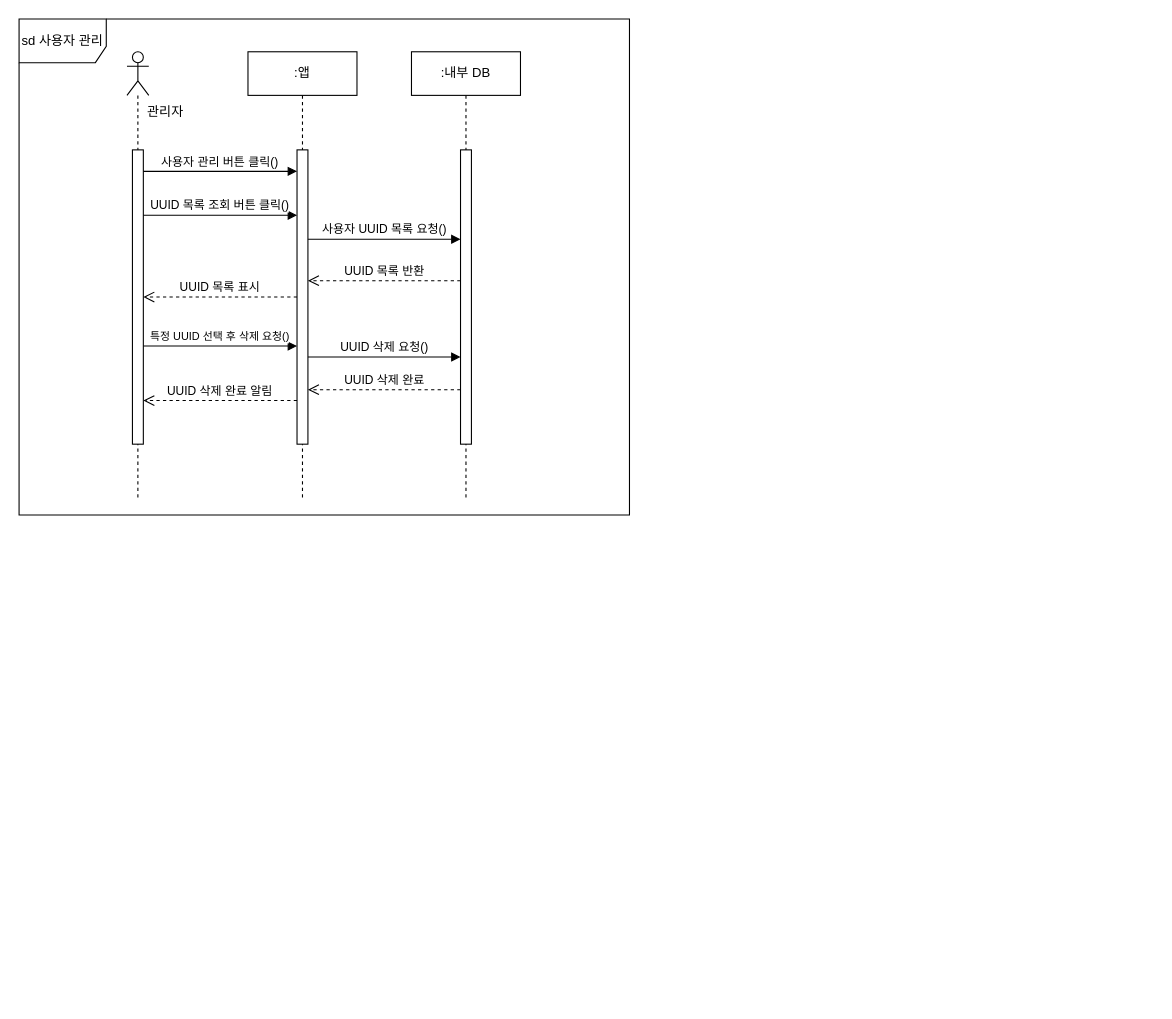
wnthsk/sejujun keeps this draw.io diagram as page "sd 사용자 관리" (3 of 8) of sd.drawio. Above is the earlier version. Source tidied: cells renumbered, new cells numbered last; positions are measured from the earlier drawing's top-left corner, leaving out a move shared by most shapes. Both pictures are drawn from the tidied source at 109%, with x=0, y=0 at pixel (19, 19).
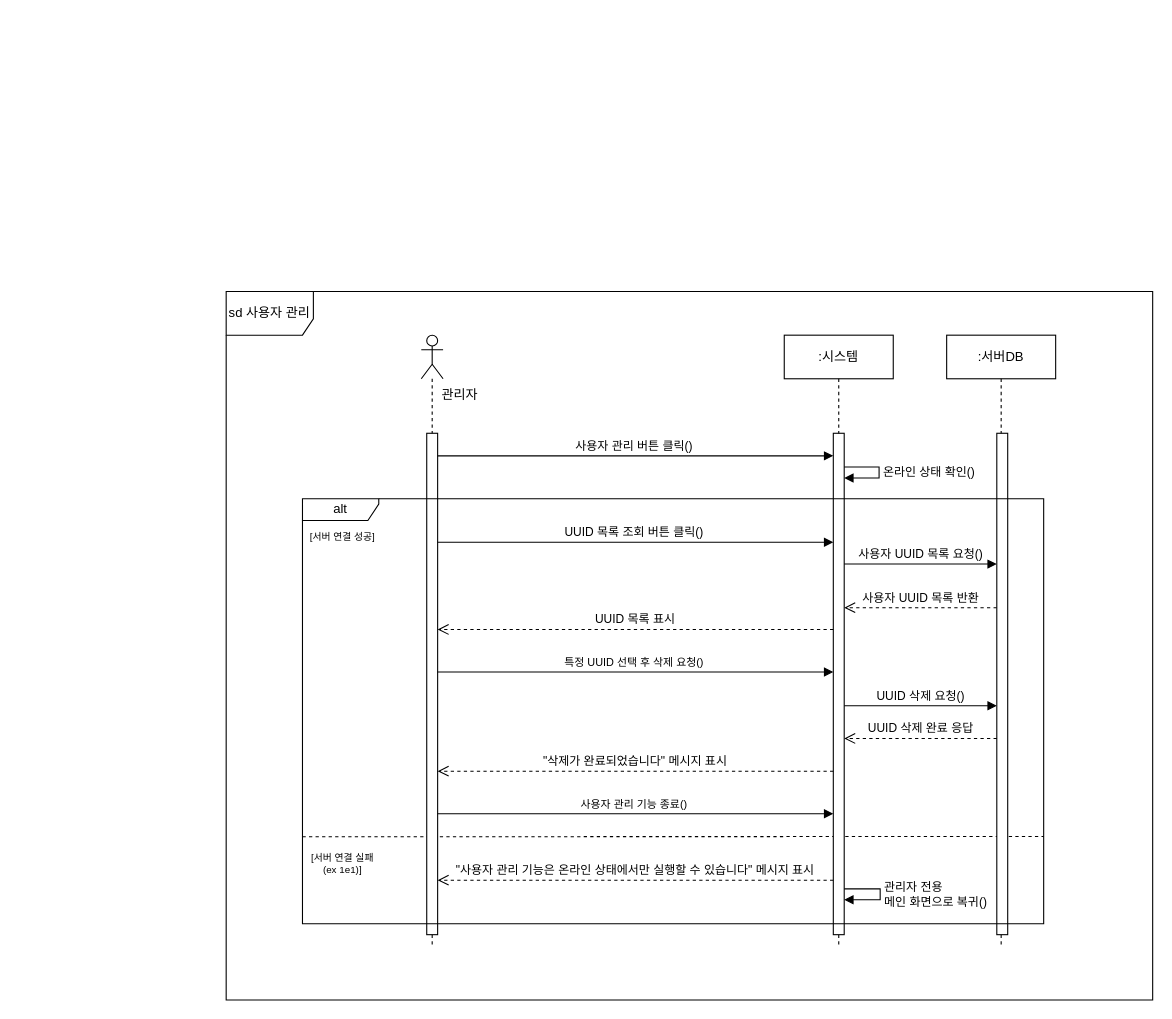
The same page after the edit.

The edit, as a diff of the source:
```diff
@@
+    <mxCell id="19" style="endArrow=none;dashed=1;html=1;rounded=0;exitX=0;exitY=0.575;exitDx=0;exitDy=0;exitPerimeter=0;entryX=1;entryY=0.574;entryDx=0;entryDy=0;entryPerimeter=0;" parent="1" edge="1">
+      <mxGeometry relative="1" as="geometry">
+        <mxPoint x="260" y="750.2" as="sourcePoint" />
+        <mxPoint x="940" y="749.9" as="targetPoint" />
+      </mxGeometry>
+    </mxCell>
     <mxCell id="2" style="shape=umlLifeline;perimeter=lifelinePerimeter;whiteSpace=wrap;html=1;newEdgeStyle={&quot;curved&quot;:0,&quot;rounded&quot;:0};participant=umlActor;size=40;" parent="1" vertex="1">
-      <mxGeometry x="99" y="30" width="20" height="410" as="geometry" />
+      <mxGeometry x="369" y="290" width="20" height="560" as="geometry" />
     </mxCell>
     <mxCell id="3" style="html=1;points=[[0,0,0,0,5],[0,1,0,0,-5],[1,0,0,0,5],[1,1,0,0,-5]];perimeter=orthogonalPerimeter;outlineConnect=0;targetShapes=umlLifeline;portConstraint=eastwest;newEdgeStyle={&quot;curved&quot;:0,&quot;rounded&quot;:0};" parent="2" vertex="1">
-      <mxGeometry x="5" y="90" width="10" height="270" as="geometry" />
+      <mxGeometry x="5" y="90" width="10" height="460" as="geometry" />
     </mxCell>
     <mxCell id="4" value="&lt;span style=&quot;font-weight: 400;&quot;&gt;관리자&lt;/span&gt;" style="text;align=center;fontStyle=1;verticalAlign=middle;spacingLeft=3;spacingRight=3;strokeColor=none;html=1;fontSize=12;" parent="1" vertex="1">
-      <mxGeometry x="99" y="70" width="70" height="30" as="geometry" />
+      <mxGeometry x="369" y="330" width="70" height="30" as="geometry" />
     </mxCell>
     <mxCell id="5" value="sd 사용자 관리" style="shape=umlFrame;whiteSpace=wrap;html=1;width=80;height=40;" parent="1" vertex="1">
-      <mxGeometry width="560" height="455" as="geometry" />
+      <mxGeometry x="190" y="250" width="850" height="650" as="geometry" />
     </mxCell>
-    <mxCell id="6" value=":앱" style="shape=umlLifeline;perimeter=lifelinePerimeter;whiteSpace=wrap;html=1;newEdgeStyle={&quot;curved&quot;:0,&quot;rounded&quot;:0};" parent="1" vertex="1">
-      <mxGeometry x="210" y="30" width="100" height="410" as="geometry" />
+    <mxCell id="6" value=":시스템" style="shape=umlLifeline;perimeter=lifelinePerimeter;whiteSpace=wrap;html=1;newEdgeStyle={&quot;curved&quot;:0,&quot;rounded&quot;:0};" parent="1" vertex="1">
+      <mxGeometry x="702" y="290" width="100" height="560" as="geometry" />
     </mxCell>
     <mxCell id="7" style="html=1;points=[[0,0,0,0,5],[0,1,0,0,-5],[1,0,0,0,5],[1,1,0,0,-5]];perimeter=orthogonalPerimeter;outlineConnect=0;targetShapes=umlLifeline;portConstraint=eastwest;newEdgeStyle={&quot;curved&quot;:0,&quot;rounded&quot;:0};" parent="6" vertex="1">
-      <mxGeometry x="45" y="90" width="10" height="270" as="geometry" />
+      <mxGeometry x="45" y="90" width="10" height="460" as="geometry" />
     </mxCell>
+    <mxCell id="20" value="온라인 상태 확인()" style="html=1;align=left;spacingLeft=2;endArrow=block;rounded=0;edgeStyle=orthogonalEdgeStyle;curved=0;rounded=0;" parent="6" edge="1" source="7" target="7">
+      <mxGeometry relative="1" as="geometry">
+        <Array as="points">
+          <mxPoint x="87" y="121" />
+          <mxPoint x="87" y="131" />
+        </Array>
+      </mxGeometry>
+    </mxCell>
+    <mxCell id="21" value="관리자 전용&lt;div&gt;메인 화면으로 복귀()&lt;/div&gt;" style="html=1;align=left;spacingLeft=2;endArrow=block;rounded=0;edgeStyle=orthogonalEdgeStyle;curved=0;rounded=0;" parent="6" edge="1" source="7" target="7">
+      <mxGeometry relative="1" as="geometry">
+        <Array as="points">
+          <mxPoint x="88" y="508" />
+          <mxPoint x="88" y="518" />
+        </Array>
+      </mxGeometry>
+    </mxCell>
-    <mxCell id="8" value="사용자 관리 버튼 클릭()" style="html=1;verticalAlign=bottom;endArrow=block;curved=0;rounded=0;entryX=0;entryY=0;entryDx=0;entryDy=5;" parent="1" edge="1" source="3">
+    <mxCell id="8" value="사용자 관리 버튼 클릭()" style="html=1;verticalAlign=bottom;endArrow=block;curved=0;rounded=0;" parent="1" edge="1" target="7">
       <mxGeometry x="-0.01" relative="1" as="geometry">
-        <mxPoint x="255" y="139.7" as="targetPoint" />
+        <mxPoint x="384" y="400.7" as="sourcePoint" />
       </mxGeometry>
     </mxCell>
-    <mxCell id="9" value="사용자 UUID 목록 요청()" style="html=1;verticalAlign=bottom;endArrow=block;curved=0;rounded=0;align=center;" parent="1" edge="1" target="12">
+    <mxCell id="9" value="사용자 UUID 목록 요청()" style="html=1;verticalAlign=bottom;endArrow=block;curved=0;rounded=0;align=center;" parent="1" edge="1">
       <mxGeometry relative="1" as="geometry">
-        <mxPoint x="265" y="202" as="sourcePoint" />
+        <mxPoint x="757" y="500" as="sourcePoint" />
+        <mxPoint x="897" y="500" as="targetPoint" />
       </mxGeometry>
     </mxCell>
-    <mxCell id="10" value="UUID 목록 반환" style="html=1;verticalAlign=bottom;endArrow=open;dashed=1;endSize=8;curved=0;rounded=0;align=center;" parent="1" edge="1" source="12">
+    <mxCell id="10" value="사용자 UUID 목록 반환" style="html=1;verticalAlign=bottom;endArrow=open;dashed=1;endSize=8;curved=0;rounded=0;align=center;" parent="1" edge="1">
       <mxGeometry relative="1" as="geometry">
-        <mxPoint x="265" y="240" as="targetPoint" />
+        <mxPoint x="897" y="540" as="sourcePoint" />
+        <mxPoint x="757" y="540" as="targetPoint" />
       </mxGeometry>
     </mxCell>
-    <mxCell id="11" value=":내부 DB" style="shape=umlLifeline;perimeter=lifelinePerimeter;whiteSpace=wrap;html=1;newEdgeStyle={&quot;curved&quot;:0,&quot;rounded&quot;:0};" parent="1" vertex="1">
-      <mxGeometry x="360" y="30" width="100" height="410" as="geometry" />
+    <mxCell id="11" value=":서버DB" style="shape=umlLifeline;perimeter=lifelinePerimeter;whiteSpace=wrap;html=1;newEdgeStyle={&quot;curved&quot;:0,&quot;rounded&quot;:0};" parent="1" vertex="1">
+      <mxGeometry x="851" y="290" width="100" height="560" as="geometry" />
     </mxCell>
     <mxCell id="12" style="html=1;points=[[0,0,0,0,5],[0,1,0,0,-5],[1,0,0,0,5],[1,1,0,0,-5]];perimeter=orthogonalPerimeter;outlineConnect=0;targetShapes=umlLifeline;portConstraint=eastwest;newEdgeStyle={&quot;curved&quot;:0,&quot;rounded&quot;:0};" parent="11" vertex="1">
-      <mxGeometry x="45" y="90" width="10" height="270" as="geometry" />
+      <mxGeometry x="46" y="90" width="10" height="460" as="geometry" />
     </mxCell>
-    <mxCell id="13" value="UUID 삭제 완료" style="html=1;verticalAlign=bottom;endArrow=open;dashed=1;endSize=8;curved=0;rounded=0;align=center;" parent="1" edge="1" source="12">
+    <mxCell id="13" value="UUID 삭제 완료 응답" style="html=1;verticalAlign=bottom;endArrow=open;dashed=1;endSize=8;curved=0;rounded=0;align=center;" parent="1" edge="1">
       <mxGeometry relative="1" as="geometry">
-        <mxPoint x="265" y="340" as="targetPoint" />
+        <mxPoint x="897" y="660" as="sourcePoint" />
+        <mxPoint x="757" y="660" as="targetPoint" />
       </mxGeometry>
     </mxCell>
-    <mxCell id="14" value="UUID 목록 조회 버튼 클릭()" style="html=1;verticalAlign=bottom;endArrow=block;curved=0;rounded=0;entryX=0;entryY=0;entryDx=0;entryDy=5;" parent="1" edge="1" source="3">
+    <mxCell id="14" value="UUID 목록 조회 버튼 클릭()" style="html=1;verticalAlign=bottom;endArrow=block;curved=0;rounded=0;" parent="1" edge="1" target="7">
       <mxGeometry x="-0.01" relative="1" as="geometry">
-        <mxPoint x="255" y="180" as="targetPoint" />
+        <mxPoint x="384" y="480" as="sourcePoint" />
       </mxGeometry>
     </mxCell>
-    <mxCell id="15" value="UUID 목록 표시" style="html=1;verticalAlign=bottom;endArrow=open;dashed=1;endSize=8;curved=0;rounded=0;align=center;" parent="1" edge="1" source="7" target="3">
-      <mxGeometry relative="1" as="geometry" />
+    <mxCell id="15" value="UUID 목록 표시" style="html=1;verticalAlign=bottom;endArrow=open;dashed=1;endSize=8;curved=0;rounded=0;align=center;" parent="1" edge="1" source="7">
+      <mxGeometry relative="1" as="geometry">
+        <mxPoint x="384" y="560" as="targetPoint" />
+      </mxGeometry>
     </mxCell>
-    <mxCell id="16" value="&lt;font style=&quot;font-size: 10px;&quot;&gt;특정 UUID 선택 후 삭제 요청()&lt;/font&gt;" style="html=1;verticalAlign=bottom;endArrow=block;curved=0;rounded=0;entryX=0;entryY=0;entryDx=0;entryDy=5;" parent="1" edge="1" source="3">
+    <mxCell id="16" value="&lt;font style=&quot;font-size: 10px;&quot;&gt;특정 UUID 선택 후 삭제 요청()&lt;/font&gt;" style="html=1;verticalAlign=bottom;endArrow=block;curved=0;rounded=0;" parent="1" edge="1" target="7">
       <mxGeometry x="-0.01" relative="1" as="geometry">
-        <mxPoint x="255" y="300" as="targetPoint" />
+        <mxPoint x="384" y="599" as="sourcePoint" />
       </mxGeometry>
     </mxCell>
-    <mxCell id="17" value="UUID 삭제 요청()" style="html=1;verticalAlign=bottom;endArrow=block;curved=0;rounded=0;align=center;" parent="1" edge="1" target="12">
+    <mxCell id="17" value="UUID 삭제 요청()" style="html=1;verticalAlign=bottom;endArrow=block;curved=0;rounded=0;align=center;" parent="1" edge="1">
       <mxGeometry relative="1" as="geometry">
-        <mxPoint x="265" y="310" as="sourcePoint" />
+        <mxPoint x="757" y="630" as="sourcePoint" />
+        <mxPoint x="897" y="630" as="targetPoint" />
       </mxGeometry>
     </mxCell>
-    <mxCell id="18" value="UUID 삭제 완료 알림" style="html=1;verticalAlign=bottom;endArrow=open;dashed=1;endSize=8;curved=0;rounded=0;align=center;" parent="1" edge="1" source="7" target="3">
+    <mxCell id="18" value="&quot;삭제가 완료되었습니다&quot; 메시지 표시" style="html=1;verticalAlign=bottom;endArrow=open;dashed=1;endSize=8;curved=0;rounded=0;align=center;" parent="1" edge="1" source="7" target="3">
       <mxGeometry relative="1" as="geometry">
         <Array as="points">
-          <mxPoint x="220" y="350" />
+          <mxPoint x="495" y="690" />
         </Array>
       </mxGeometry>
     </mxCell>
+    <mxCell id="22" value="alt" style="shape=umlFrame;whiteSpace=wrap;html=1;width=70;height=20;" parent="1" vertex="1">
+      <mxGeometry x="260" y="440" width="680" height="390" as="geometry" />
+    </mxCell>
+    <mxCell id="23" value="[서버 연결 성공]" style="text;html=1;align=center;verticalAlign=middle;whiteSpace=wrap;rounded=0;fontSize=9;" parent="1" vertex="1">
+      <mxGeometry x="260" y="460" width="74" height="30" as="geometry" />
+    </mxCell>
+    <mxCell id="24" value="&lt;font style=&quot;font-size: 10px;&quot;&gt;사용자 관리 기능 종료()&lt;/font&gt;" style="html=1;verticalAlign=bottom;endArrow=block;curved=0;rounded=0;" parent="1" edge="1" target="7">
+      <mxGeometry x="-0.01" relative="1" as="geometry">
+        <mxPoint x="384" y="729" as="sourcePoint" />
+      </mxGeometry>
+    </mxCell>
+    <mxCell id="25" value="[서버 연결 실패&lt;br&gt;(ex 1e1)]" style="text;html=1;align=center;verticalAlign=middle;whiteSpace=wrap;rounded=0;fontSize=9;" parent="1" vertex="1">
+      <mxGeometry x="260" y="760" width="74" height="30" as="geometry" />
+    </mxCell>
+    <mxCell id="26" value="&quot;사용자 관리 기능은 온라인 상태에서만 실행할 수 있습니다&quot; 메시지 표시" style="html=1;verticalAlign=bottom;endArrow=open;dashed=1;endSize=8;curved=0;rounded=0;align=center;" parent="1" edge="1" source="7" target="3">
+      <mxGeometry relative="1" as="geometry">
+        <Array as="points">
+          <mxPoint x="491" y="790" />
+        </Array>
+      </mxGeometry>
+    </mxCell>
```
